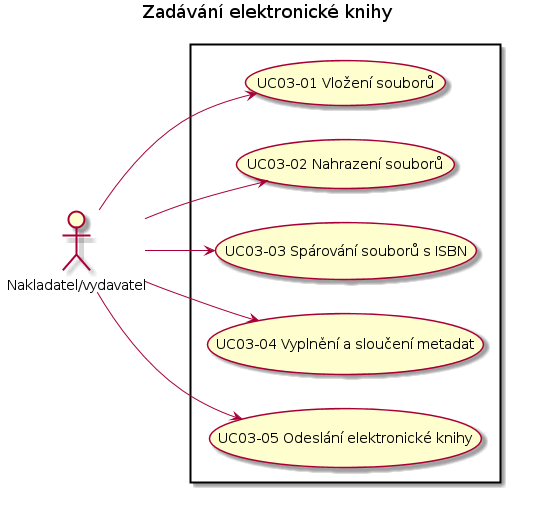
Earlier version of the PlantUML export docs/uc03.png (edeposit/edeposit.policy).
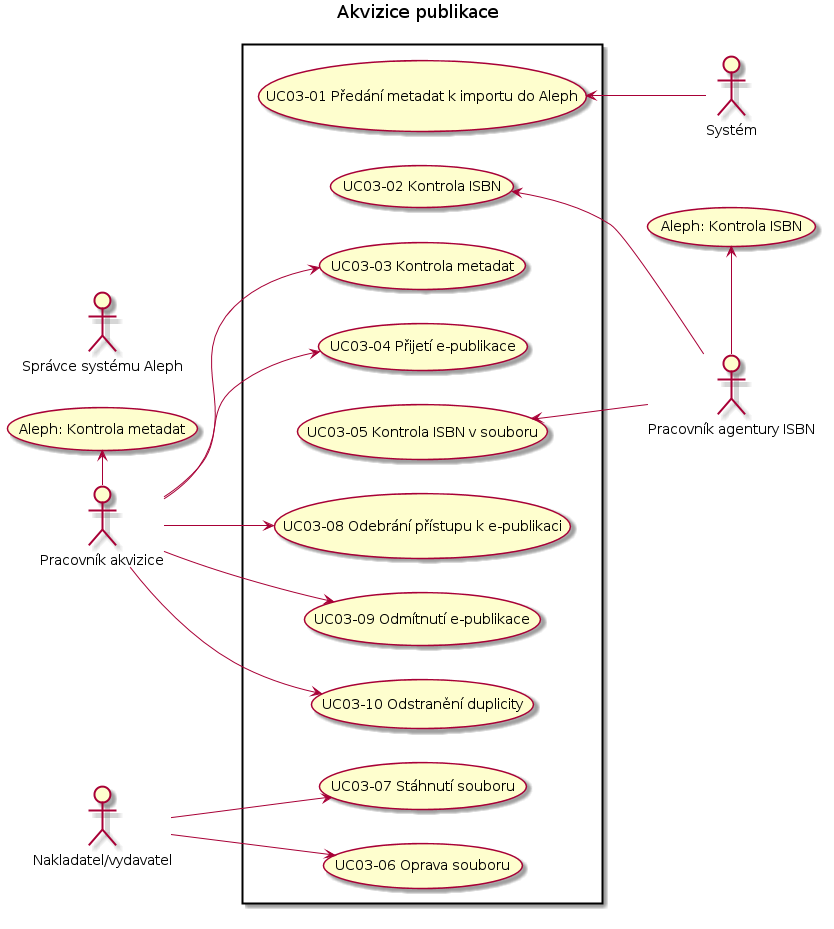
After the change.

Diff of the diagram source:
```diff
@@ -1,15 +1,27 @@
 @startuml
 left to right direction
-title Zadávání elektronické knihy
+title Akvizice publikace
 skinparam packageStyle rect
 
-actor :Nakladatel/vydavatel:
+actor :Nakladatel/vydavatel: as nakl
+actor :Pracovník agentury ISBN: as isbn
+actor :Pracovník akvizice: as akv
+actor :Systém: as sys
+actor :Správce systému Aleph: as aleph
+
+:isbn: -left-> (Aleph: Kontrola ISBN)
+:akv: -left-> (Aleph: Kontrola metadat)
 
 rectangle  {
-	   :Nakladatel/vydavatel: --> (UC03-01 Vlo?ení soubor?)
-	   :Nakladatel/vydavatel: --> (UC03-02 Nahrazení soubor?)
-	   :Nakladatel/vydavatel: --> (UC03-03 Spárování soubor? s ISBN)
-	   :Nakladatel/vydavatel: --> (UC03-04 Vypln?ní a slou?ení metadat)
-	   :Nakladatel/vydavatel: --> (UC03-05 Odeslání elektronické knihy)
+	   :sys: -left-> (UC03-01 P?edání metadat k importu do Aleph)
+	   :isbn: -left-> (UC03-02 Kontrola ISBN)
+	   :akv: -left-> (UC03-03 Kontrola metadat)
+	   :akv: -left-> (UC03-04 P?ijetí e-publikace)
+	   :isbn: -left-> (UC03-05 Kontrola ISBN v souboru)
+	   :nakl: --> (UC03-06 Oprava souboru)
+	   :nakl: --> (UC03-07 Stáhnutí souboru)
+	   :akv: --> (UC03-08 Odebrání p?ístupu k e-publikaci)
+	   :akv: --> (UC03-09 Odmítnutí e-publikace)
+	   :akv: --> (UC03-10 Odstran?ní duplicity)
 }
 @enduml
```
